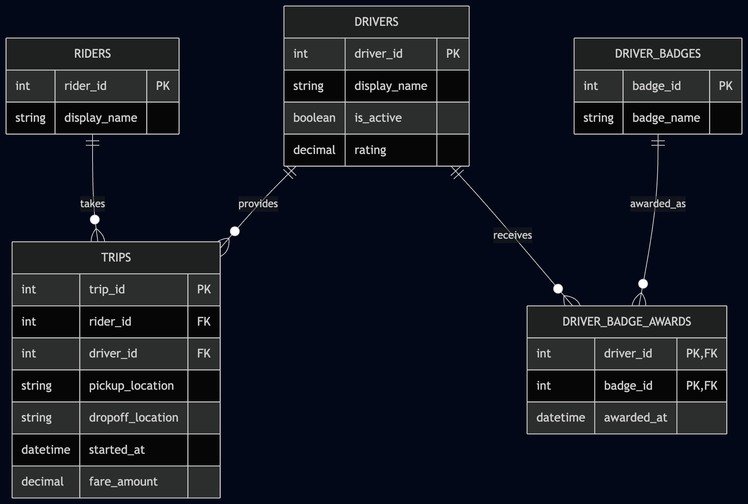
Above: schema/erd.png in mhndkhasawneh/ex603-ride-sharing-database (Mermaid), before the change. Its source is kept beside it as schema/erd.mmd. Its diagram source:
```mermaid
erDiagram
    RIDERS ||--o{ TRIPS : takes
    DRIVERS ||--o{ TRIPS : provides
    DRIVERS ||--o{ DRIVER_BADGE_AWARDS : receives
    DRIVER_BADGES ||--o{ DRIVER_BADGE_AWARDS : awarded_as

    RIDERS {
        int rider_id PK
        string display_name
    }

    DRIVERS {
        int driver_id PK
        string display_name
        boolean is_active
        decimal rating
    }

    TRIPS {
        int trip_id PK
        int rider_id FK
        int driver_id FK
        string pickup_location
        string dropoff_location
        datetime started_at
        decimal fare_amount
    }

    DRIVER_BADGES {
        int badge_id PK
        string badge_name
    }

    DRIVER_BADGE_AWARDS {
        int driver_id PK, FK
        int badge_id PK, FK
        datetime awarded_at
    }
```
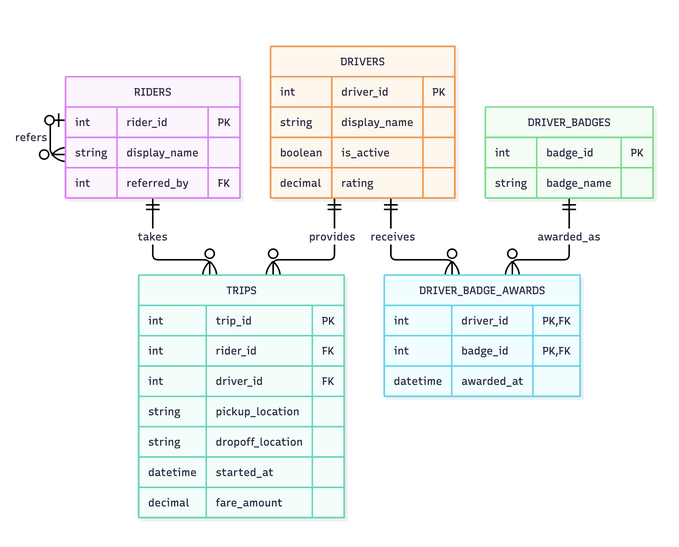
Later version of the same file.

Diff of the diagram source:
```diff
@@ -4,9 +4,12 @@
     DRIVERS ||--o{ DRIVER_BADGE_AWARDS : receives
     DRIVER_BADGES ||--o{ DRIVER_BADGE_AWARDS : awarded_as
 
+    RIDERS o|--o{ RIDERS : refers
+
     RIDERS {
         int rider_id PK
         string display_name
+        int referred_by FK
     }
 
     DRIVERS {
```
